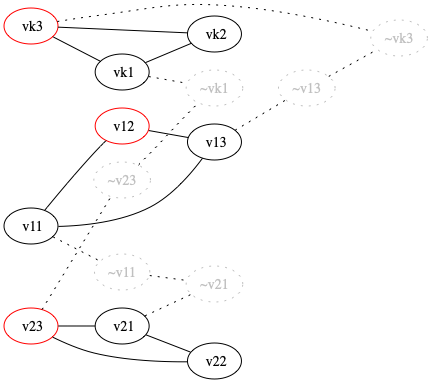
Before: textbook.png, a diagram exported from Graphviz (AndrewHarrisSPU/satset). Its source is kept beside it as textbook.dot. Its diagram source:
```dot
strict graph {
	rankdir = LR;
	node [ color = red    ] " v11"
	node [ color = black    ] " v12"
	node [ color = black    ] " v13"
	" v11" -- " v12"
	" v12" -- " v13"
	" v13" -- " v11"
	node [ color = black    ] " v21"
	node [ color = red    ] " v22"
	node [ color = black    ] " v23"
	" v21" -- " v22"
	" v22" -- " v23"
	" v23" -- " v21"
	node [ color = black    ] " vk1"
	node [ color = red    ] " vk2"
	node [ color = black    ] " vk3"
	" vk1" -- " vk2"
	" vk2" -- " vk3"
	" vk3" -- " vk1"
	node [ color = gray fontcolor = gray pos = "-10,0!" style = dotted ] "~v11"
	node [ color = gray fontcolor = gray pos = "-10,0!" style = dotted ] "~v21"
	"~v11" -- "~v21" [ style = dotted ]
	node [ color = gray fontcolor = gray pos = "-10,0!" style = dotted ] "~v13"
	node [ color = gray fontcolor = gray pos = "-10,0!" style = dotted ] "~vk3"
	"~v13" -- "~vk3" [ style = dotted ]
	node [ color = gray fontcolor = gray pos = "-10,0!" style = dotted ] "~v23"
	node [ color = gray fontcolor = gray pos = "-10,0!" style = dotted ] "~vk1"
	"~v23" -- "~vk1" [ style = dotted ]
	" v21" -- "~v21" [ style = dotted ]
	" vk3" -- "~vk3" [ style = dotted ]
	" v11" -- "~v11" [ style = dotted ]
	" v13" -- "~v13" [ style = dotted ]
	" v23" -- "~v23" [ style = dotted ]
	" vk1" -- "~vk1" [ style = dotted ]
}
```
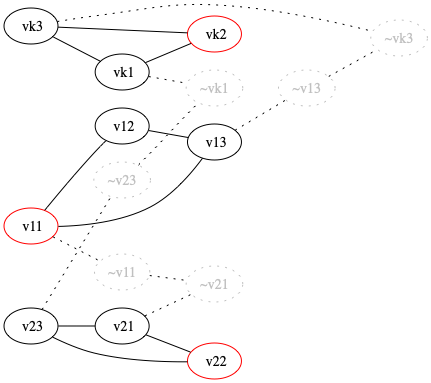
The same diagram one commit later.

The edit, as a diff of the source:
```diff
@@ -27,10 +27,10 @@
 	node [ color = gray fontcolor = gray pos = "-10,0!" style = dotted ] "~v23"
 	node [ color = gray fontcolor = gray pos = "-10,0!" style = dotted ] "~vk1"
 	"~v23" -- "~vk1" [ style = dotted ]
+	" v13" -- "~v13" [ style = dotted ]
+	" v11" -- "~v11" [ style = dotted ]
+	" v23" -- "~v23" [ style = dotted ]
 	" v21" -- "~v21" [ style = dotted ]
 	" vk3" -- "~vk3" [ style = dotted ]
-	" v11" -- "~v11" [ style = dotted ]
-	" v13" -- "~v13" [ style = dotted ]
-	" v23" -- "~v23" [ style = dotted ]
 	" vk1" -- "~vk1" [ style = dotted ]
 }
```
